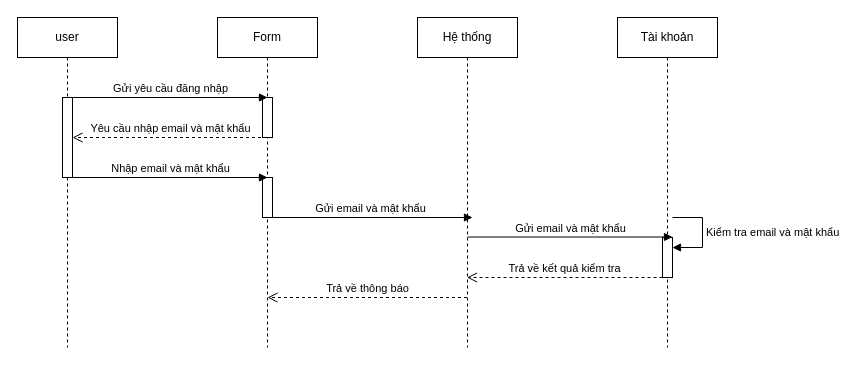
Before: SD/SD_DANGNHAP.drawio in hieuNV0871/da, a draw.io diagram. Source tidied: cells renumbered, new cells numbered last; positions are measured from the earlier drawing's top-left corner, leaving out a move shared by most shapes. Both pictures are drawn from the tidied source at 100%, with x=0, y=0 at pixel (17, 17).
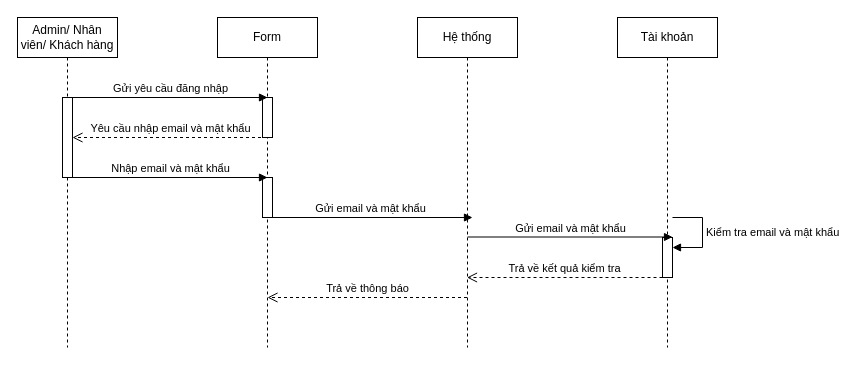
The same diagram, later.

What changed in the source:
```diff
@@
-    <mxCell id="2" value="user" style="shape=umlLifeline;perimeter=lifelinePerimeter;whiteSpace=wrap;html=1;newEdgeStyle={&quot;curved&quot;:0,&quot;rounded&quot;:0};" parent="1" vertex="1">
+    <mxCell id="2" value="Admin/ Nhân viên/ Khách hàng" style="shape=umlLifeline;perimeter=lifelinePerimeter;whiteSpace=wrap;html=1;newEdgeStyle={&quot;curved&quot;:0,&quot;rounded&quot;:0};" parent="1" vertex="1">
       <mxGeometry width="100" height="330" as="geometry" />
     </mxCell>
```
